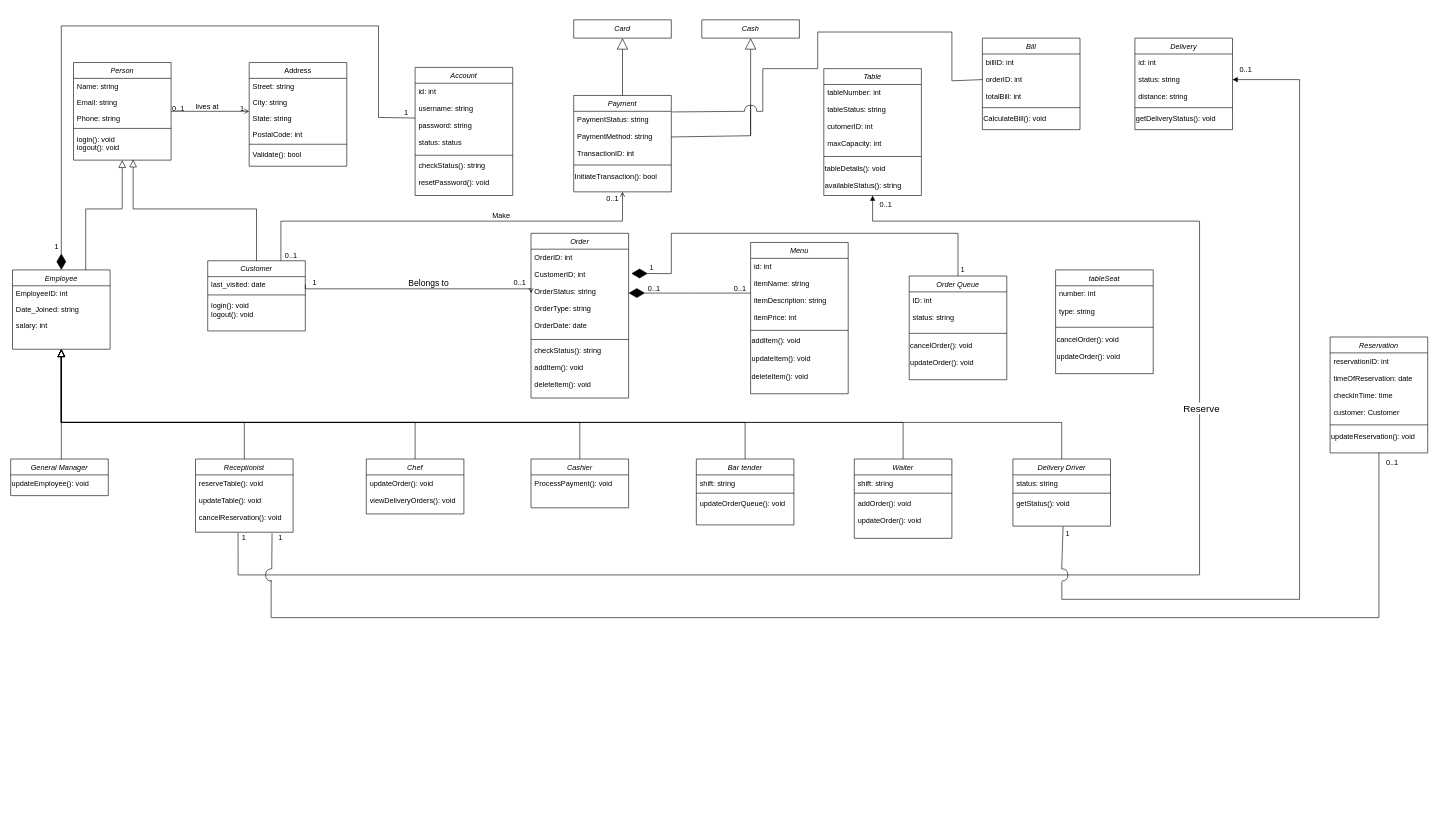
Akthar99/Restaurant-Management-System keeps this draw.io diagram as Restaurant Management System Class Diagram.drawio. Above is the earlier version. Source tidied: cells renumbered, new cells numbered last; positions are measured from the earlier drawing's top-left corner, leaving out a move shared by most shapes. Both pictures are drawn from the tidied source at 61%, with x=0, y=0 at pixel (10, 20).
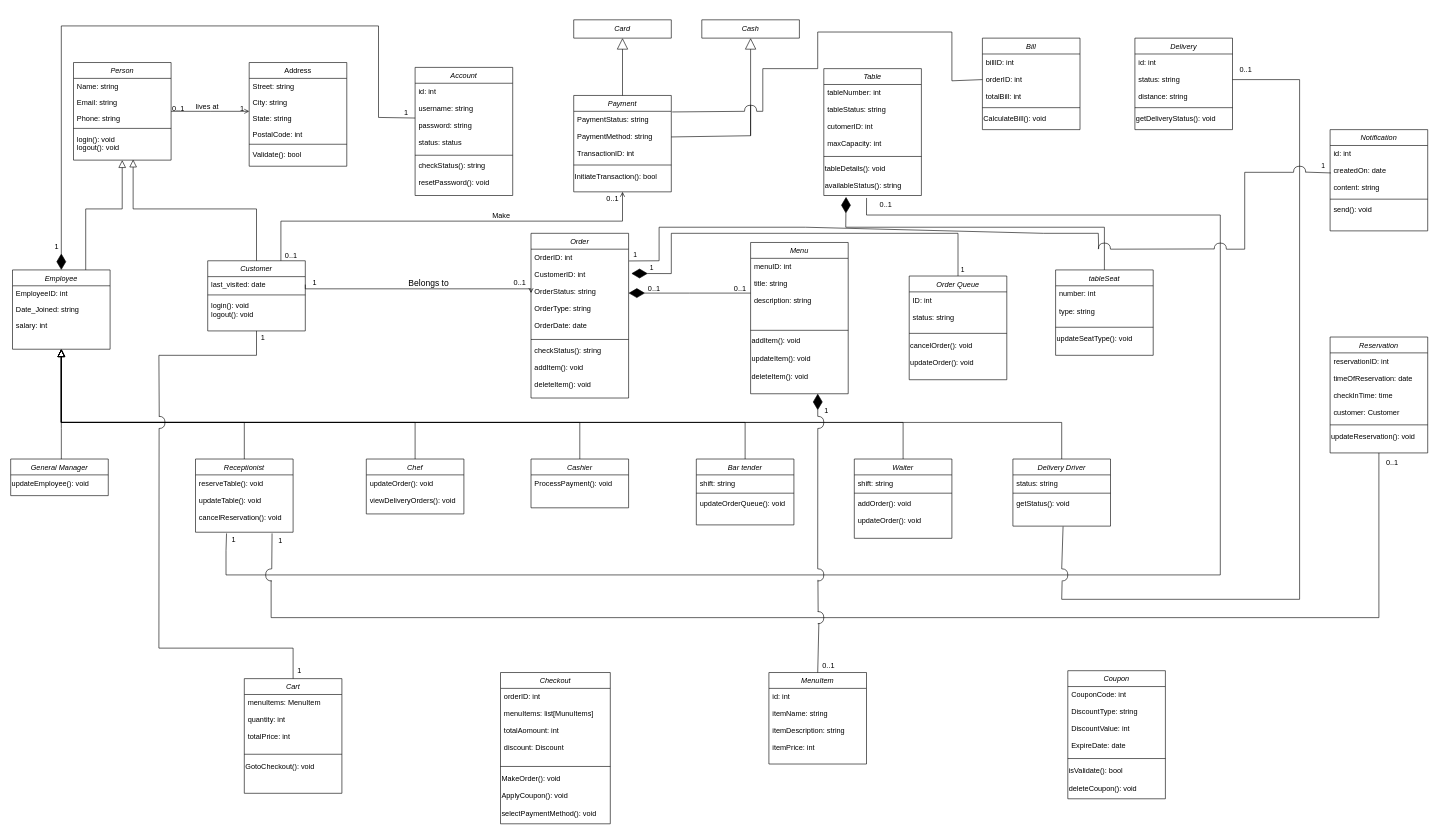
The same diagram, later.

The change refers to these unchanged cells:
```xml
<mxCell id="25" value="reserveTable(): void&#10;&#10;updateTable(): void&#10;&#10;cancelReservation(): void&#10;" style="text;align=left;verticalAlign=top;spacingLeft=4;spacingRight=4;overflow=hidden;points=[[0,0.5],[1,0.5]];portConstraint=eastwest;" parent="24" vertex="1">
  <mxGeometry y="26" width="160" height="94" as="geometry" />
</mxCell>
<mxCell id="48" value="Customer" style="swimlane;fontStyle=2;align=center;verticalAlign=top;horizontal=1;startSize=26;rounded=0;shadow=0;strokeWidth=1;" parent="1" vertex="1">
  <mxGeometry x="323" y="395" width="160" height="115" as="geometry" />
</mxCell>
<mxCell id="57" value="OrderID: int &#10;&#10;CustomerID: int&#10;&#10;OrderStatus: string&#10;&#10;OrderType: string&#10;&#10;OrderDate: date&#10;" style="text;align=left;verticalAlign=top;spacingLeft=4;spacingRight=4;overflow=hidden;points=[[0,0.5],[1,0.5]];portConstraint=eastwest;" parent="56" vertex="1">
  <mxGeometry y="26" width="160" height="144" as="geometry" />
</mxCell>
<mxCell id="79" value="Menu" style="swimlane;fontStyle=2;align=center;verticalAlign=top;horizontal=1;startSize=26;rounded=0;shadow=0;strokeWidth=1;" parent="1" vertex="1">
  <mxGeometry x="1213" y="365" width="160" height="248" as="geometry" />
</mxCell>
<mxCell id="82" value="&lt;div&gt;addItem(): void&lt;/div&gt;&lt;div&gt;&lt;br&gt;&lt;/div&gt;&lt;div&gt;updateItem(): void&lt;/div&gt;&lt;div&gt;&lt;br&gt;&lt;/div&gt;&lt;div&gt;deleteItem(): void&lt;/div&gt;&lt;div&gt;&lt;br&gt;&lt;/div&gt;" style="text;html=1;align=left;verticalAlign=middle;points=[];strokeColor=none;fillColor=none;" parent="79" vertex="1">
  <mxGeometry y="148" width="160" height="100" as="geometry" />
</mxCell>
<mxCell id="89" value="Table" style="swimlane;fontStyle=2;align=center;verticalAlign=top;horizontal=1;startSize=26;rounded=0;shadow=0;strokeWidth=1;" parent="1" vertex="1">
  <mxGeometry x="1333" y="80" width="160" height="208" as="geometry" />
</mxCell>
<mxCell id="92" value="&lt;div&gt;tableDetails(): void&lt;/div&gt;&lt;div&gt;&lt;br&gt;&lt;/div&gt;&lt;div&gt;availableStatus(): string&lt;br&gt;&lt;/div&gt;" style="text;html=1;align=left;verticalAlign=middle;points=[];strokeColor=none;fillColor=none;" parent="89" vertex="1">
  <mxGeometry y="148" width="160" height="60" as="geometry" />
</mxCell>
<mxCell id="106" value="id: int&#10;&#10;status: string &#10;&#10;distance: string&#10;" style="text;align=left;verticalAlign=top;spacingLeft=4;spacingRight=4;overflow=hidden;points=[[0,0.5],[1,0.5]];portConstraint=eastwest;" parent="105" vertex="1">
  <mxGeometry y="26" width="160" height="84" as="geometry" />
</mxCell>
<mxCell id="112" style="shape=requiredInterface;html=1;verticalLabelPosition=bottom;sketch=0;" parent="1" vertex="1">
  <mxGeometry x="1723" y="900" width="10" height="20" as="geometry" />
</mxCell>
```

Diff of the diagram source:
```diff
@@
-    <mxCell id="80" value="id: int&#10;&#10;itemName: string &#10;&#10;itemDescription: string&#10;&#10;itemPrice: int&#10;" style="text;align=left;verticalAlign=top;spacingLeft=4;spacingRight=4;overflow=hidden;points=[[0,0.5],[1,0.5]];portConstraint=eastwest;" parent="79" vertex="1">
+    <mxCell id="80" value="menuID: int&#10;&#10;title: string&#10;&#10;description: string&#10;" style="text;align=left;verticalAlign=top;spacingLeft=4;spacingRight=4;overflow=hidden;points=[[0,0.5],[1,0.5]];portConstraint=eastwest;" parent="79" vertex="1">
       <mxGeometry y="26" width="160" height="114" as="geometry" />
     </mxCell>
@@
-    <mxCell id="98" style="endArrow=block;endFill=1;html=1;edgeStyle=orthogonalEdgeStyle;align=left;verticalAlign=top;rounded=0;exitX=0.436;exitY=1.011;exitDx=0;exitDy=0;exitPerimeter=0;entryX=0.5;entryY=1;entryDx=0;entryDy=0;" parent="1" edge="1" source="25" target="89">
-      <mxGeometry x="-1" relative="1" as="geometry">
-        <Array as="points">
-          <mxPoint x="373" y="910" />
-          <mxPoint x="1949" y="910" />
-          <mxPoint x="1949" y="330" />
-          <mxPoint x="1413" y="330" />
-        </Array>
-      </mxGeometry>
-    </mxCell>
-    <mxCell id="99" value="&lt;font style=&quot;font-size: 16px;&quot;&gt;Reserve&lt;br&gt;&lt;/font&gt;" style="edgeLabel;html=1;align=center;verticalAlign=middle;" parent="98" vertex="1">
-      <mxGeometry x="0.37" y="-2" relative="1" as="geometry">
-        <mxPoint y="1" as="offset" />
-      </mxGeometry>
-    </mxCell>
@@
-    <mxCell id="109" style="endArrow=block;endFill=1;html=1;edgeStyle=orthogonalEdgeStyle;align=left;verticalAlign=top;rounded=0;entryX=1;entryY=0.5;entryDx=0;entryDy=0;exitX=0.018;exitY=1.06;exitDx=0;exitDy=0;exitPerimeter=0;" parent="1" edge="1" source="112" target="106">
-      <mxGeometry x="-1" relative="1" as="geometry">
-        <Array as="points">
-          <mxPoint x="1723" y="950" />
-          <mxPoint x="2113" y="950" />
-          <mxPoint x="2113" y="98" />
-        </Array>
-      </mxGeometry>
-    </mxCell>
-    <mxCell id="110" value="1" style="edgeLabel;html=1;align=left;verticalAlign=bottom;" parent="109" vertex="1">
-      <mxGeometry x="-1" relative="1" as="geometry">
-        <mxPoint x="5" y="-71" as="offset" />
-      </mxGeometry>
-    </mxCell>
@@
     <mxCell id="128" value="1" style="align=right;verticalAlign=bottom;labelBackgroundColor=none;fontSize=12;" parent="1" vertex="1">
-      <mxGeometry x="573" y="440" as="geometry">
+      <mxGeometry x="573" y="444" as="geometry">
         <mxPoint x="-126" y="418" as="offset" />
       </mxGeometry>
     </mxCell>
     <mxCell id="129" value="1" style="align=right;verticalAlign=bottom;labelBackgroundColor=none;fontSize=12;" parent="1" vertex="1">
-      <mxGeometry x="387" y="858" as="geometry" />
+      <mxGeometry x="370" y="861" as="geometry" />
     </mxCell>
@@
     <mxCell id="131" value="tableSeat" style="swimlane;fontStyle=2;align=center;verticalAlign=top;horizontal=1;startSize=26;rounded=0;shadow=0;strokeWidth=1;" parent="1" vertex="1">
-      <mxGeometry x="1713" y="410" width="160" height="170" as="geometry" />
+      <mxGeometry x="1713" y="410" width="160" height="140" as="geometry" />
     </mxCell>
@@
-    <mxCell id="134" value="&lt;div&gt;cancelOrder(): void&lt;/div&gt;&lt;div&gt;&lt;br&gt;&lt;/div&gt;&lt;div&gt;updateOrder(): void&lt;br&gt;&lt;/div&gt;" style="text;html=1;align=left;verticalAlign=middle;strokeColor=none;fillColor=none;" parent="131" vertex="1">
-      <mxGeometry y="98" width="160" height="60" as="geometry" />
-    </mxCell>
+    <mxCell id="135" value="updateSeatType(): void" style="text;html=1;align=left;verticalAlign=middle;strokeColor=none;fillColor=none;" parent="131" vertex="1">
+      <mxGeometry y="98" width="160" height="30" as="geometry" />
+    </mxCell>
+    <mxCell id="136" style="endArrow=diamondThin;endFill=1;endSize=24;html=1;rounded=0;exitX=0.5;exitY=0;exitDx=0;exitDy=0;entryX=0.228;entryY=1.04;entryDx=0;entryDy=0;entryPerimeter=0;" parent="1" edge="1" source="131" target="92">
+      <mxGeometry relative="1" as="geometry">
+        <Array as="points">
+          <mxPoint x="1793" y="340" />
+          <mxPoint x="1369" y="340" />
+        </Array>
+      </mxGeometry>
+    </mxCell>
+    <mxCell id="137" style="endArrow=none;html=1;rounded=0;exitX=0.318;exitY=1.021;exitDx=0;exitDy=0;exitPerimeter=0;entryX=0.438;entryY=1.067;entryDx=0;entryDy=0;entryPerimeter=0;" parent="1" edge="1" source="25" target="92">
+      <mxGeometry relative="1" as="geometry">
+        <Array as="points">
+          <mxPoint x="353" y="870" />
+          <mxPoint x="353" y="910" />
+          <mxPoint x="1983" y="910" />
+          <mxPoint x="1983" y="320" />
+          <mxPoint x="1403" y="320" />
+        </Array>
+      </mxGeometry>
+    </mxCell>
+    <mxCell id="138" value="MenuItem" style="swimlane;fontStyle=2;align=center;verticalAlign=top;horizontal=1;startSize=26;rounded=0;shadow=0;strokeWidth=1;" parent="1" vertex="1">
+      <mxGeometry x="1243" y="1070" width="160" height="150" as="geometry" />
+    </mxCell>
+    <mxCell id="139" value="id: int&#10;&#10;itemName: string &#10;&#10;itemDescription: string&#10;&#10;itemPrice: int&#10;" style="text;align=left;verticalAlign=top;spacingLeft=4;spacingRight=4;overflow=hidden;" parent="138" vertex="1">
+      <mxGeometry y="26" width="160" height="114" as="geometry" />
+    </mxCell>
+    <mxCell id="140" style="endArrow=diamondThin;endFill=1;endSize=24;html=1;rounded=0;entryX=0.688;entryY=0.999;entryDx=0;entryDy=0;exitX=0.008;exitY=0;exitDx=0;exitDy=0;exitPerimeter=0;entryPerimeter=0;" parent="1" edge="1" source="147" target="82">
+      <mxGeometry relative="1" as="geometry" />
+    </mxCell>
+    <mxCell id="141" style="endArrow=none;html=1;rounded=0;exitX=0.072;exitY=0.021;exitDx=0;exitDy=0;exitPerimeter=0;" parent="1" edge="1" source="146">
+      <mxGeometry relative="1" as="geometry">
+        <mxPoint x="1323" y="900" as="targetPoint" />
+      </mxGeometry>
+    </mxCell>
+    <mxCell id="142" style="endArrow=none;html=1;rounded=0;entryX=0.013;entryY=1;entryDx=0;entryDy=0;entryPerimeter=0;" parent="1" edge="1" target="147">
+      <mxGeometry relative="1" as="geometry">
+        <mxPoint x="1323" y="900" as="sourcePoint" />
+      </mxGeometry>
+    </mxCell>
+    <mxCell id="143" style="endArrow=none;html=1;rounded=0;exitX=0.5;exitY=0;exitDx=0;exitDy=0;entryX=0.19;entryY=0.952;entryDx=0;entryDy=0;entryPerimeter=0;" parent="1" edge="1" source="138" target="144">
+      <mxGeometry relative="1" as="geometry" />
+    </mxCell>
+    <mxCell id="144" style="shape=requiredInterface;html=1;verticalLabelPosition=bottom;sketch=0;" parent="1" vertex="1">
+      <mxGeometry x="1323" y="970" width="10" height="20" as="geometry" />
+    </mxCell>
+    <mxCell id="145" style="endArrow=none;html=1;rounded=0;exitX=0.072;exitY=0.021;exitDx=0;exitDy=0;exitPerimeter=0;entryX=0.037;entryY=0.905;entryDx=0;entryDy=0;entryPerimeter=0;" parent="1" edge="1" source="144" target="146">
+      <mxGeometry relative="1" as="geometry" />
+    </mxCell>
+    <mxCell id="146" style="shape=requiredInterface;html=1;verticalLabelPosition=bottom;sketch=0;" parent="1" vertex="1">
+      <mxGeometry x="1323" y="900" width="10" height="20" as="geometry" />
+    </mxCell>
+    <mxCell id="147" style="shape=requiredInterface;html=1;verticalLabelPosition=bottom;sketch=0;" parent="1" vertex="1">
+      <mxGeometry x="1323" y="650" width="10" height="20" as="geometry" />
+    </mxCell>
+    <mxCell id="148" value="0..1" style="align=left;verticalAlign=bottom;labelBackgroundColor=none;fontSize=12;" parent="1" vertex="1">
+      <mxGeometry x="1329" y="1067" as="geometry" />
+    </mxCell>
+    <mxCell id="149" value="1" style="align=right;verticalAlign=bottom;labelBackgroundColor=none;fontSize=12;" parent="1" vertex="1">
+      <mxGeometry x="499" y="460.8" as="geometry">
+        <mxPoint x="843" y="189" as="offset" />
+      </mxGeometry>
+    </mxCell>
+    <mxCell id="150" value="Notification " style="swimlane;fontStyle=2;align=center;verticalAlign=top;horizontal=1;startSize=26;rounded=0;shadow=0;strokeWidth=1;" parent="1" vertex="1">
+      <mxGeometry x="2163" y="180" width="160" height="166" as="geometry" />
+    </mxCell>
+    <mxCell id="151" value="id: int&#10;&#10;createdOn: date&#10;&#10;content: string&#10;" style="text;align=left;verticalAlign=top;spacingLeft=4;spacingRight=4;overflow=hidden;points=[[0,0.5],[1,0.5]];portConstraint=eastwest;" parent="150" vertex="1">
+      <mxGeometry y="26" width="160" height="84" as="geometry" />
+    </mxCell>
+    <mxCell id="152" style="line;html=1;strokeWidth=1;align=left;verticalAlign=middle;spacingTop=-1;spacingLeft=3;spacingRight=3;labelPosition=right;" parent="150" vertex="1">
+      <mxGeometry y="110" width="160" height="8" as="geometry" />
+    </mxCell>
+    <mxCell id="153" value="send(): void" style="text;align=left;verticalAlign=top;spacingLeft=4;spacingRight=4;overflow=hidden;" parent="150" vertex="1">
+      <mxGeometry y="118" width="160" height="48" as="geometry" />
+    </mxCell>
+    <mxCell id="154" style="endArrow=none;html=1;rounded=0;exitX=1.005;exitY=0.134;exitDx=0;exitDy=0;exitPerimeter=0;entryX=0.057;entryY=0.029;entryDx=0;entryDy=0;entryPerimeter=0;" parent="1" edge="1" source="57" target="155">
+      <mxGeometry relative="1" as="geometry">
+        <Array as="points">
+          <mxPoint x="1063" y="395" />
+          <mxPoint x="1063" y="340" />
+          <mxPoint x="1303" y="340" />
+          <mxPoint x="1693" y="350" />
+          <mxPoint x="1783" y="350" />
+        </Array>
+      </mxGeometry>
+    </mxCell>
+    <mxCell id="155" style="shape=requiredInterface;html=1;verticalLabelPosition=bottom;sketch=0;direction=north;" parent="1" vertex="1">
+      <mxGeometry x="1783" y="366" width="20" height="10" as="geometry" />
+    </mxCell>
+    <mxCell id="156" style="endArrow=none;html=1;rounded=0;entryX=0.008;entryY=0.536;entryDx=0;entryDy=0;exitX=0.033;exitY=0.983;exitDx=0;exitDy=0;exitPerimeter=0;entryPerimeter=0;" parent="1" edge="1" source="157" target="151">
+      <mxGeometry relative="1" as="geometry" />
+    </mxCell>
+    <mxCell id="157" style="shape=requiredInterface;html=1;verticalLabelPosition=bottom;sketch=0;direction=north;" parent="1" vertex="1">
+      <mxGeometry x="2103" y="240" width="20" height="10" as="geometry" />
+    </mxCell>
+    <mxCell id="158" style="shape=requiredInterface;html=1;verticalLabelPosition=bottom;sketch=0;direction=north;" parent="1" vertex="1">
+      <mxGeometry x="1973" y="366" width="20" height="10" as="geometry" />
+    </mxCell>
+    <mxCell id="159" style="endArrow=none;html=1;rounded=0;entryX=0;entryY=0;entryDx=0;entryDy=0;entryPerimeter=0;exitX=-0.004;exitY=0.996;exitDx=0;exitDy=0;exitPerimeter=0;" parent="1" edge="1" source="158" target="157">
+      <mxGeometry relative="1" as="geometry">
+        <Array as="points">
+          <mxPoint x="2023" y="376" />
+          <mxPoint x="2023" y="250" />
+        </Array>
+      </mxGeometry>
+    </mxCell>
+    <mxCell id="160" style="endArrow=none;html=1;rounded=0;exitX=0;exitY=1;exitDx=0;exitDy=0;exitPerimeter=0;entryX=0.04;entryY=-0.003;entryDx=0;entryDy=0;entryPerimeter=0;" parent="1" edge="1" source="155" target="158">
+      <mxGeometry relative="1" as="geometry" />
+    </mxCell>
+    <mxCell id="161" value="1" style="edgeLabel;html=1;align=left;verticalAlign=bottom;" parent="1" vertex="1">
+      <mxGeometry x="1567" y="425" as="geometry">
+        <mxPoint x="-548" y="-31" as="offset" />
+      </mxGeometry>
+    </mxCell>
+    <mxCell id="162" value="1" style="edgeLabel;html=1;align=left;verticalAlign=bottom;" parent="1" vertex="1">
+      <mxGeometry x="1573" y="443" as="geometry">
+        <mxPoint x="574" y="-195" as="offset" />
+      </mxGeometry>
+    </mxCell>
+    <mxCell id="163" value="Coupon " style="swimlane;fontStyle=2;align=center;verticalAlign=top;horizontal=1;startSize=26;rounded=0;shadow=0;strokeWidth=1;" parent="1" vertex="1">
+      <mxGeometry x="1733" y="1067" width="160" height="210" as="geometry" />
+    </mxCell>
+    <mxCell id="164" value="CouponCode: int&#10;&#10;DiscountType: string&#10;&#10;DiscountValue: int&#10;&#10;ExpireDate: date&#10;" style="text;align=left;verticalAlign=top;spacingLeft=4;spacingRight=4;overflow=hidden;" parent="163" vertex="1">
+      <mxGeometry y="26" width="160" height="114" as="geometry" />
+    </mxCell>
+    <mxCell id="165" style="line;html=1;strokeWidth=1;align=left;verticalAlign=middle;spacingTop=-1;spacingLeft=3;spacingRight=3;labelPosition=right;" parent="163" vertex="1">
+      <mxGeometry y="140" width="160" height="8" as="geometry" />
+    </mxCell>
+    <mxCell id="166" value="&lt;div&gt;isValidate(): bool&lt;/div&gt;&lt;div&gt;&lt;br&gt;&lt;/div&gt;&lt;div&gt;deleteCoupon(): void&lt;br&gt;&lt;/div&gt;" style="text;html=1;align=left;verticalAlign=middle;strokeColor=none;fillColor=none;" parent="163" vertex="1">
+      <mxGeometry y="148" width="160" height="60" as="geometry" />
+    </mxCell>
+    <mxCell id="167" value="Checkout" style="swimlane;fontStyle=2;align=center;verticalAlign=top;horizontal=1;startSize=26;rounded=0;shadow=0;strokeWidth=1;" parent="1" vertex="1">
+      <mxGeometry x="803" y="1070" width="180" height="248" as="geometry" />
+    </mxCell>
+    <mxCell id="168" value="orderID: int&#10;&#10;menuItems: list[MunuItems]&#10;&#10;totalAomount: int&#10;&#10;discount: Discount&#10;" style="text;align=left;verticalAlign=top;spacingLeft=4;spacingRight=4;overflow=hidden;" parent="167" vertex="1">
+      <mxGeometry y="26" width="180" height="124" as="geometry" />
+    </mxCell>
+    <mxCell id="169" style="line;html=1;strokeWidth=1;align=left;verticalAlign=middle;spacingTop=-1;spacingLeft=3;spacingRight=3;labelPosition=right;" parent="167" vertex="1">
+      <mxGeometry y="150" width="180" height="8" as="geometry" />
+    </mxCell>
+    <mxCell id="170" value="&lt;div&gt;MakeOrder(): void&lt;/div&gt;&lt;div&gt;&lt;br&gt;&lt;/div&gt;&lt;div&gt;ApplyCoupon(): void&lt;br&gt;&lt;/div&gt;&lt;div&gt;&lt;br&gt;&lt;/div&gt;&lt;div&gt;selectPaymentMethod(): void&lt;br&gt;&lt;/div&gt;" style="text;html=1;align=left;verticalAlign=middle;strokeColor=none;fillColor=none;" parent="167" vertex="1">
+      <mxGeometry y="158" width="180" height="90" as="geometry" />
+    </mxCell>
+    <mxCell id="171" value="Cart " style="swimlane;fontStyle=2;align=center;verticalAlign=top;horizontal=1;startSize=26;rounded=0;shadow=0;strokeWidth=1;" parent="1" vertex="1">
+      <mxGeometry x="383" y="1080" width="160" height="188" as="geometry" />
+    </mxCell>
+    <mxCell id="172" value="menuItems: MenuItem&#10;&#10;quantity: int&#10;&#10;totalPrice: int&#10;" style="text;align=left;verticalAlign=top;spacingLeft=4;spacingRight=4;overflow=hidden;" parent="171" vertex="1">
+      <mxGeometry y="26" width="160" height="94" as="geometry" />
+    </mxCell>
+    <mxCell id="173" style="line;html=1;strokeWidth=1;align=left;verticalAlign=middle;spacingTop=-1;spacingLeft=3;spacingRight=3;labelPosition=right;" parent="171" vertex="1">
+      <mxGeometry y="120" width="160" height="8" as="geometry" />
+    </mxCell>
+    <mxCell id="174" value="&lt;div&gt;GotoCheckout(): void&lt;/div&gt;&lt;div&gt;&lt;br&gt;&lt;/div&gt;&lt;div&gt;&lt;br&gt;&lt;/div&gt;" style="text;html=1;align=left;verticalAlign=middle;strokeColor=none;fillColor=none;" parent="171" vertex="1">
+      <mxGeometry y="128" width="160" height="60" as="geometry" />
+    </mxCell>
+    <mxCell id="175" style="endArrow=none;html=1;rounded=0;entryX=0.5;entryY=0;entryDx=0;entryDy=0;exitX=0.033;exitY=1;exitDx=0;exitDy=0;exitPerimeter=0;" parent="1" edge="1" source="176" target="171">
+      <mxGeometry relative="1" as="geometry">
+        <Array as="points">
+          <mxPoint x="243" y="1030" />
+          <mxPoint x="463" y="1030" />
+        </Array>
+      </mxGeometry>
+    </mxCell>
+    <mxCell id="176" style="shape=requiredInterface;html=1;verticalLabelPosition=bottom;sketch=0;" parent="1" vertex="1">
+      <mxGeometry x="243" y="650" width="10" height="20" as="geometry" />
+    </mxCell>
+    <mxCell id="177" style="endArrow=none;html=1;rounded=0;entryX=0.5;entryY=1;entryDx=0;entryDy=0;exitX=0.056;exitY=0.022;exitDx=0;exitDy=0;exitPerimeter=0;" parent="1" edge="1" source="176" target="48">
+      <mxGeometry relative="1" as="geometry">
+        <Array as="points">
+          <mxPoint x="243" y="550" />
+          <mxPoint x="403" y="550" />
+        </Array>
+      </mxGeometry>
+    </mxCell>
+    <mxCell id="178" value="1" style="align=right;verticalAlign=bottom;labelBackgroundColor=none;fontSize=12;" parent="1" vertex="1">
+      <mxGeometry x="478" y="1075" as="geometry" />
+    </mxCell>
+    <mxCell id="179" value="1" style="align=right;verticalAlign=bottom;labelBackgroundColor=none;fontSize=12;" parent="1" vertex="1">
+      <mxGeometry x="418" y="530" as="geometry" />
+    </mxCell>
+    <mxCell id="109" style="endArrow=none;html=1;rounded=0;exitX=0.067;exitY=1.033;exitDx=0;exitDy=0;exitPerimeter=0;entryX=1;entryY=0.5;entryDx=0;entryDy=0;" parent="1" edge="1" source="112" target="106">
+      <mxGeometry relative="1" as="geometry">
+        <Array as="points">
+          <mxPoint x="1723" y="950" />
+          <mxPoint x="2113" y="950" />
+          <mxPoint x="2113" y="98" />
+        </Array>
+      </mxGeometry>
+    </mxCell>
```
